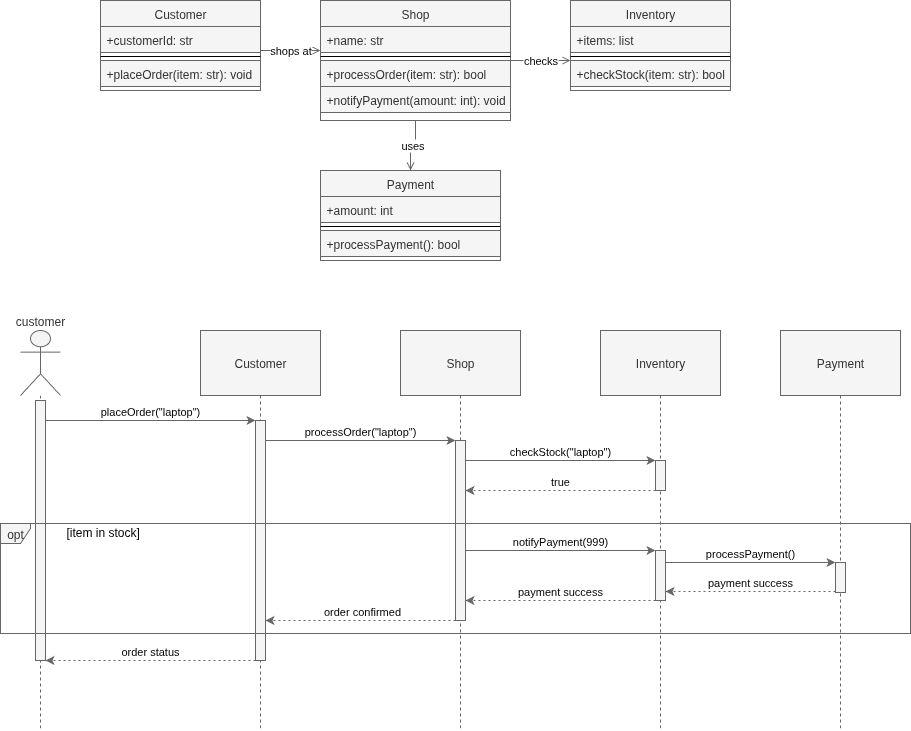
This is diagrams/examples/fragments_examples/opt_01.1.png from kkubinova/drawio_plugin, a draw.io export, as it was before one commit. Source tidied: cells renumbered, new cells last; positions are measured from the earlier drawing's top-left corner, leaving out a move shared by most shapes. The source it was exported from:
```xml
<mxGraphModel>
  <root>
    <mxCell id="0" />
    <mxCell id="1" parent="0" />
    <mxCell id="2" value="CD" parent="0" />
    <mxCell id="3" value="Customer" style="swimlane;fontStyle=0;align=center;verticalAlign=top;horizontal=1;startSize=26;rounded=0;shadow=0;strokeWidth=1;fillColor=#f5f5f5;fontColor=#333333;strokeColor=#666666;" parent="2" vertex="1">
      <mxGeometry x="100" width="160" height="90" as="geometry" />
    </mxCell>
    <mxCell id="4" value="+customerId: str" style="text;align=left;verticalAlign=top;spacingLeft=4;spacingRight=4;overflow=hidden;fillColor=#f5f5f5;fontColor=#333333;strokeColor=#666666;" parent="3" vertex="1">
      <mxGeometry y="26" width="160" height="26" as="geometry" />
    </mxCell>
    <mxCell id="5" style="line;html=1;strokeWidth=1;align=left;verticalAlign=middle;spacingTop=-1;spacingLeft=3;spacingRight=3;labelPosition=right;" parent="3" vertex="1">
      <mxGeometry y="52" width="160" height="8" as="geometry" />
    </mxCell>
    <mxCell id="6" value="+placeOrder(item: str): void" style="text;align=left;verticalAlign=top;spacingLeft=4;spacingRight=4;overflow=hidden;fillColor=#f5f5f5;fontColor=#333333;strokeColor=#666666;" parent="3" vertex="1">
      <mxGeometry y="60" width="160" height="26" as="geometry" />
    </mxCell>
    <mxCell id="7" value="Shop" style="swimlane;fontStyle=0;align=center;verticalAlign=top;horizontal=1;startSize=26;rounded=0;shadow=0;strokeWidth=1;fillColor=#f5f5f5;fontColor=#333333;strokeColor=#666666;" parent="2" vertex="1">
      <mxGeometry x="320" width="190" height="120" as="geometry" />
    </mxCell>
    <mxCell id="8" value="+name: str" style="text;align=left;verticalAlign=top;spacingLeft=4;spacingRight=4;overflow=hidden;fillColor=#f5f5f5;fontColor=#333333;strokeColor=#666666;" parent="7" vertex="1">
      <mxGeometry y="26" width="190" height="26" as="geometry" />
    </mxCell>
    <mxCell id="9" style="line;html=1;strokeWidth=1;align=left;verticalAlign=middle;spacingTop=-1;spacingLeft=3;spacingRight=3;labelPosition=right;" parent="7" vertex="1">
      <mxGeometry y="52" width="190" height="8" as="geometry" />
    </mxCell>
    <mxCell id="10" value="+processOrder(item: str): bool" style="text;align=left;verticalAlign=top;spacingLeft=4;spacingRight=4;overflow=hidden;fillColor=#f5f5f5;fontColor=#333333;strokeColor=#666666;" parent="7" vertex="1">
      <mxGeometry y="60" width="190" height="26" as="geometry" />
    </mxCell>
    <mxCell id="11" value="+notifyPayment(amount: int): void" style="text;align=left;verticalAlign=top;spacingLeft=4;spacingRight=4;overflow=hidden;fillColor=#f5f5f5;fontColor=#333333;strokeColor=#666666;" parent="7" vertex="1">
      <mxGeometry y="86" width="190" height="26" as="geometry" />
    </mxCell>
    <mxCell id="12" value="Inventory" style="swimlane;fontStyle=0;align=center;verticalAlign=top;horizontal=1;startSize=26;rounded=0;shadow=0;strokeWidth=1;fillColor=#f5f5f5;fontColor=#333333;strokeColor=#666666;" parent="2" vertex="1">
      <mxGeometry x="570" width="160" height="90" as="geometry" />
    </mxCell>
    <mxCell id="13" value="+items: list" style="text;align=left;verticalAlign=top;spacingLeft=4;spacingRight=4;overflow=hidden;fillColor=#f5f5f5;fontColor=#333333;strokeColor=#666666;" parent="12" vertex="1">
      <mxGeometry y="26" width="160" height="26" as="geometry" />
    </mxCell>
    <mxCell id="14" style="line;html=1;strokeWidth=1;align=left;verticalAlign=middle;spacingTop=-1;spacingLeft=3;spacingRight=3;labelPosition=right;" parent="12" vertex="1">
      <mxGeometry y="52" width="160" height="8" as="geometry" />
    </mxCell>
    <mxCell id="15" value="+checkStock(item: str): bool" style="text;align=left;verticalAlign=top;spacingLeft=4;spacingRight=4;overflow=hidden;fillColor=#f5f5f5;fontColor=#333333;strokeColor=#666666;" parent="12" vertex="1">
      <mxGeometry y="60" width="160" height="26" as="geometry" />
    </mxCell>
    <mxCell id="16" value="Payment" style="swimlane;fontStyle=0;align=center;verticalAlign=top;horizontal=1;startSize=26;rounded=0;shadow=0;strokeWidth=1;fillColor=#f5f5f5;fontColor=#333333;strokeColor=#666666;" parent="2" vertex="1">
      <mxGeometry x="320" y="170" width="180" height="90" as="geometry" />
    </mxCell>
    <mxCell id="17" value="+amount: int" style="text;align=left;verticalAlign=top;spacingLeft=4;spacingRight=4;overflow=hidden;fillColor=#f5f5f5;fontColor=#333333;strokeColor=#666666;" parent="16" vertex="1">
      <mxGeometry y="26" width="180" height="26" as="geometry" />
    </mxCell>
    <mxCell id="18" style="line;html=1;strokeWidth=1;align=left;verticalAlign=middle;spacingTop=-1;spacingLeft=3;spacingRight=3;labelPosition=right;" parent="16" vertex="1">
      <mxGeometry y="52" width="180" height="8" as="geometry" />
    </mxCell>
    <mxCell id="19" value="+processPayment(): bool" style="text;align=left;verticalAlign=top;spacingLeft=4;spacingRight=4;overflow=hidden;fillColor=#f5f5f5;fontColor=#333333;strokeColor=#666666;" parent="16" vertex="1">
      <mxGeometry y="60" width="180" height="26" as="geometry" />
    </mxCell>
    <mxCell id="20" value="shops at" style="edgeStyle=orthogonalEdgeStyle;rounded=0;jettySize=auto;html=1;endArrow=open;endFill=0;strokeColor=#666666;" parent="2" edge="1" source="3" target="7">
      <mxGeometry relative="1" as="geometry">
        <Array as="points">
          <mxPoint x="310" y="50" />
          <mxPoint x="310" y="50" />
        </Array>
      </mxGeometry>
    </mxCell>
    <mxCell id="21" value="checks" style="edgeStyle=orthogonalEdgeStyle;rounded=0;jettySize=auto;html=1;endArrow=open;endFill=0;strokeColor=#666666;" parent="2" edge="1" source="7" target="12">
      <mxGeometry relative="1" as="geometry">
        <Array as="points">
          <mxPoint x="510" y="50" />
          <mxPoint x="510" y="50" />
        </Array>
      </mxGeometry>
    </mxCell>
    <mxCell id="22" value="uses" style="edgeStyle=orthogonalEdgeStyle;rounded=0;jettySize=auto;html=1;endArrow=open;endFill=0;strokeColor=#666666;" parent="2" edge="1" source="7" target="16">
      <mxGeometry relative="1" as="geometry" />
    </mxCell>
    <mxCell id="23" value="SqD" parent="0" />
    <mxCell id="24" style="group;fillColor=none;" parent="23" vertex="1">
      <mxGeometry x="20" y="330" width="890" height="400" as="geometry" />
    </mxCell>
    <mxCell id="25" value="customer" style="shape=umlLifeline;perimeter=lifelinePerimeter;whiteSpace=wrap;participant=umlActor;verticalAlign=bottom;labelPosition=center;verticalLabelPosition=top;align=center;size=65;fillColor=#f5f5f5;fontColor=#333333;strokeColor=#666666;" parent="24" vertex="1">
      <mxGeometry width="40" height="400" as="geometry" />
    </mxCell>
    <mxCell id="26" style="perimeter=orthogonalPerimeter;targetShapes=umlLifeline;fillColor=#f5f5f5;fontColor=#333333;strokeColor=#666666;" parent="25" vertex="1">
      <mxGeometry x="15" y="70" width="10" height="260" as="geometry" />
    </mxCell>
    <mxCell id="27" value="Customer" style="shape=umlLifeline;perimeter=lifelinePerimeter;whiteSpace=wrap;size=65;fillColor=#f5f5f5;fontColor=#333333;strokeColor=#666666;" parent="24" vertex="1">
      <mxGeometry x="180" width="120" height="400" as="geometry" />
    </mxCell>
    <mxCell id="28" style="points=[];perimeter=orthogonalPerimeter;outlineConnect=0;targetShapes=umlLifeline;portConstraint=eastwest;fillColor=#f5f5f5;fontColor=#333333;strokeColor=#666666;" parent="27" vertex="1">
      <mxGeometry x="55" y="90" width="10" height="240" as="geometry" />
    </mxCell>
    <mxCell id="29" value="Shop" style="shape=umlLifeline;perimeter=lifelinePerimeter;whiteSpace=wrap;size=65;fillColor=#f5f5f5;fontColor=#333333;strokeColor=#666666;" parent="24" vertex="1">
      <mxGeometry x="380" width="120" height="400" as="geometry" />
    </mxCell>
    <mxCell id="30" style="points=[];perimeter=orthogonalPerimeter;outlineConnect=0;targetShapes=umlLifeline;portConstraint=eastwest;fillColor=#f5f5f5;fontColor=#333333;strokeColor=#666666;" parent="29" vertex="1">
      <mxGeometry x="55" y="110" width="10" height="180" as="geometry" />
    </mxCell>
    <mxCell id="31" value="Inventory" style="shape=umlLifeline;perimeter=lifelinePerimeter;whiteSpace=wrap;size=65;fillColor=#f5f5f5;fontColor=#333333;strokeColor=#666666;" parent="24" vertex="1">
      <mxGeometry x="580" width="120" height="400" as="geometry" />
    </mxCell>
    <mxCell id="32" style="perimeter=orthogonalPerimeter;targetShapes=umlLifeline;fillColor=#f5f5f5;fontColor=#333333;strokeColor=#666666;" parent="31" vertex="1">
      <mxGeometry x="55" y="220" width="10" height="50" as="geometry" />
    </mxCell>
    <mxCell id="33" value="placeOrder(&quot;laptop&quot;)" style="verticalAlign=bottom;edgeStyle=elbowEdgeStyle;elbow=vertical;curved=0;rounded=0;endArrow=classic;fillColor=#f5f5f5;strokeColor=#666666;endFill=1;" parent="24" edge="1">
      <mxGeometry relative="1" as="geometry">
        <mxPoint x="25" y="90" as="sourcePoint" />
        <mxPoint x="235" y="90" as="targetPoint" />
      </mxGeometry>
    </mxCell>
    <mxCell id="34" value="processOrder(&quot;laptop&quot;)" style="verticalAlign=bottom;edgeStyle=elbowEdgeStyle;elbow=vertical;curved=0;rounded=0;endArrow=classic;fillColor=#f5f5f5;strokeColor=#666666;endFill=1;" parent="24" edge="1">
      <mxGeometry relative="1" as="geometry">
        <mxPoint x="245" y="110" as="sourcePoint" />
        <mxPoint x="435" y="110" as="targetPoint" />
      </mxGeometry>
    </mxCell>
    <mxCell id="35" value="checkStock(&quot;laptop&quot;)" style="verticalAlign=bottom;edgeStyle=elbowEdgeStyle;elbow=vertical;curved=0;rounded=0;endArrow=classic;fillColor=#f5f5f5;strokeColor=#666666;endFill=1;" parent="24" edge="1">
      <mxGeometry relative="1" as="geometry">
        <mxPoint x="445" y="130" as="sourcePoint" />
        <mxPoint x="635" y="130.2" as="targetPoint" />
      </mxGeometry>
    </mxCell>
    <mxCell id="36" value="true" style="verticalAlign=bottom;edgeStyle=elbowEdgeStyle;elbow=vertical;curved=0;rounded=0;dashed=1;dashPattern=2 3;endArrow=classic;fillColor=#f5f5f5;strokeColor=#666666;endFill=1;" parent="24" edge="1" source="44" target="30">
      <mxGeometry relative="1" as="geometry">
        <Array as="points">
          <mxPoint x="600" y="160" />
        </Array>
      </mxGeometry>
    </mxCell>
    <mxCell id="37" value="opt" style="shape=umlFrame;strokeColor=#666666;height=20;width=30;fillColor=#f5f5f5;fontColor=#333333;" parent="24" vertex="1">
      <mxGeometry x="-20" y="193" width="910" height="110" as="geometry" />
    </mxCell>
    <mxCell id="38" value="[item in stock]" style="text;strokeColor=none;fillColor=none;align=left;verticalAlign=middle;whiteSpace=wrap;" parent="37" vertex="1">
      <mxGeometry x="64.1" width="845.9" height="18.3" as="geometry" />
    </mxCell>
    <mxCell id="39" value="notifyPayment(999)" style="verticalAlign=bottom;edgeStyle=elbowEdgeStyle;elbow=vertical;curved=0;rounded=0;endArrow=classic;fillColor=#f5f5f5;strokeColor=#666666;endFill=1;" parent="24" edge="1" source="30">
      <mxGeometry relative="1" as="geometry">
        <mxPoint x="635" y="220" as="targetPoint" />
      </mxGeometry>
    </mxCell>
    <mxCell id="40" value="processPayment()" style="verticalAlign=bottom;edgeStyle=elbowEdgeStyle;elbow=vertical;curved=0;rounded=0;endArrow=classic;fillColor=#f5f5f5;strokeColor=#666666;endFill=1;" parent="24" edge="1" target="46">
      <mxGeometry relative="1" as="geometry">
        <mxPoint x="645" y="232" as="sourcePoint" />
      </mxGeometry>
    </mxCell>
    <mxCell id="41" value="payment success" style="verticalAlign=bottom;edgeStyle=elbowEdgeStyle;elbow=vertical;curved=0;rounded=0;dashed=1;dashPattern=2 3;endArrow=classic;fillColor=#f5f5f5;strokeColor=#666666;endFill=1;" parent="24" edge="1" target="30">
      <mxGeometry relative="1" as="geometry">
        <mxPoint x="635" y="270" as="sourcePoint" />
      </mxGeometry>
    </mxCell>
    <mxCell id="42" value="order confirmed" style="verticalAlign=bottom;edgeStyle=elbowEdgeStyle;elbow=vertical;curved=0;rounded=0;dashed=1;dashPattern=2 3;endArrow=classic;fillColor=#f5f5f5;strokeColor=#666666;endFill=1;" parent="24" edge="1" target="28">
      <mxGeometry relative="1" as="geometry">
        <mxPoint x="440" y="290" as="sourcePoint" />
      </mxGeometry>
    </mxCell>
    <mxCell id="43" value="order status" style="verticalAlign=bottom;edgeStyle=elbowEdgeStyle;elbow=vertical;curved=0;rounded=0;dashed=1;dashPattern=2 3;endArrow=classic;fillColor=#f5f5f5;strokeColor=#666666;endFill=1;" parent="24" edge="1">
      <mxGeometry relative="1" as="geometry">
        <mxPoint x="235" y="330" as="sourcePoint" />
        <mxPoint x="25" y="330" as="targetPoint" />
      </mxGeometry>
    </mxCell>
    <mxCell id="44" style="points=[];perimeter=orthogonalPerimeter;outlineConnect=0;targetShapes=umlLifeline;portConstraint=eastwest;fillColor=#f5f5f5;fontColor=#333333;strokeColor=#666666;" parent="24" vertex="1">
      <mxGeometry x="635" y="130" width="10" height="30" as="geometry" />
    </mxCell>
    <mxCell id="45" value="Payment" style="shape=umlLifeline;perimeter=lifelinePerimeter;whiteSpace=wrap;size=65;fillColor=#f5f5f5;fontColor=#333333;strokeColor=#666666;" parent="23" vertex="1">
      <mxGeometry x="780" y="330" width="120" height="400" as="geometry" />
    </mxCell>
    <mxCell id="46" style="points=[];perimeter=orthogonalPerimeter;outlineConnect=0;targetShapes=umlLifeline;portConstraint=eastwest;fillColor=#f5f5f5;fontColor=#333333;strokeColor=#666666;" parent="45" vertex="1">
      <mxGeometry x="55" y="232" width="10" height="30" as="geometry" />
    </mxCell>
    <mxCell id="47" value="payment success" style="verticalAlign=bottom;edgeStyle=elbowEdgeStyle;elbow=vertical;curved=0;rounded=0;dashed=1;dashPattern=2 3;endArrow=classic;fillColor=#f5f5f5;strokeColor=#666666;endFill=1;" parent="23" edge="1">
      <mxGeometry relative="1" as="geometry">
        <mxPoint x="835" y="591" as="sourcePoint" />
        <mxPoint x="665" y="591" as="targetPoint" />
      </mxGeometry>
    </mxCell>
  </root>
</mxGraphModel>
```
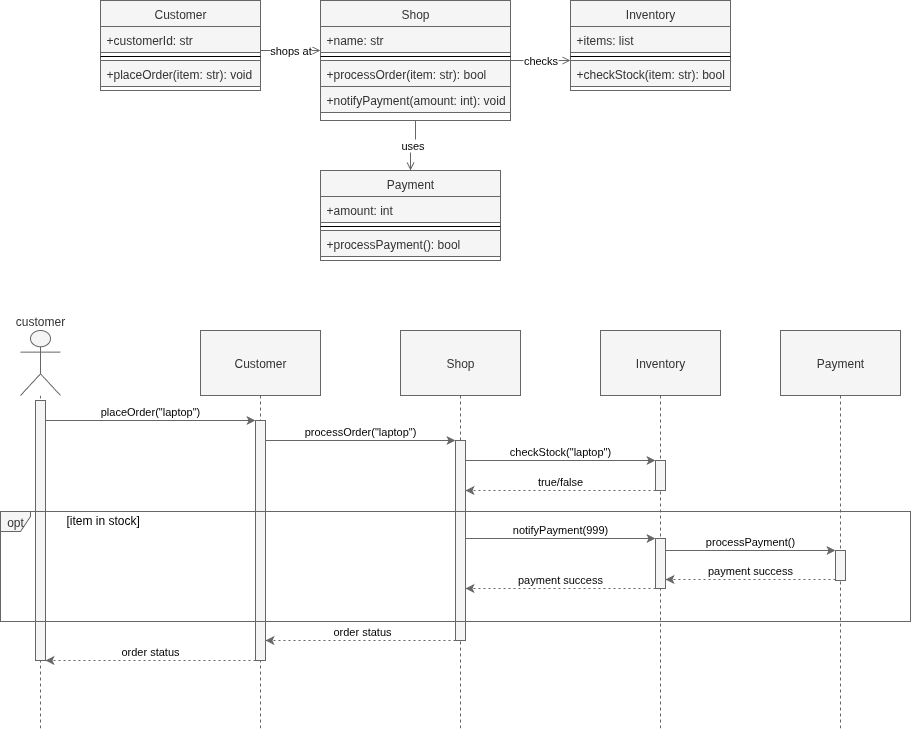
After the change.

Change to the diagram source:
```diff
@@ -93,13 +93,13 @@
       <mxGeometry x="380" width="120" height="400" as="geometry" />
     </mxCell>
     <mxCell id="30" style="points=[];perimeter=orthogonalPerimeter;outlineConnect=0;targetShapes=umlLifeline;portConstraint=eastwest;fillColor=#f5f5f5;fontColor=#333333;strokeColor=#666666;" parent="29" vertex="1">
-      <mxGeometry x="55" y="110" width="10" height="180" as="geometry" />
+      <mxGeometry x="55" y="110" width="10" height="200" as="geometry" />
     </mxCell>
     <mxCell id="31" value="Inventory" style="shape=umlLifeline;perimeter=lifelinePerimeter;whiteSpace=wrap;size=65;fillColor=#f5f5f5;fontColor=#333333;strokeColor=#666666;" parent="24" vertex="1">
       <mxGeometry x="580" width="120" height="400" as="geometry" />
     </mxCell>
     <mxCell id="32" style="perimeter=orthogonalPerimeter;targetShapes=umlLifeline;fillColor=#f5f5f5;fontColor=#333333;strokeColor=#666666;" parent="31" vertex="1">
-      <mxGeometry x="55" y="220" width="10" height="50" as="geometry" />
+      <mxGeometry x="55" y="208" width="10" height="50" as="geometry" />
     </mxCell>
     <mxCell id="33" value="placeOrder(&quot;laptop&quot;)" style="verticalAlign=bottom;edgeStyle=elbowEdgeStyle;elbow=vertical;curved=0;rounded=0;endArrow=classic;fillColor=#f5f5f5;strokeColor=#666666;endFill=1;" parent="24" edge="1">
       <mxGeometry relative="1" as="geometry">
@@ -119,7 +119,7 @@
         <mxPoint x="635" y="130.2" as="targetPoint" />
       </mxGeometry>
     </mxCell>
-    <mxCell id="36" value="true" style="verticalAlign=bottom;edgeStyle=elbowEdgeStyle;elbow=vertical;curved=0;rounded=0;dashed=1;dashPattern=2 3;endArrow=classic;fillColor=#f5f5f5;strokeColor=#666666;endFill=1;" parent="24" edge="1" source="44" target="30">
+    <mxCell id="36" value="true/false" style="verticalAlign=bottom;edgeStyle=elbowEdgeStyle;elbow=vertical;curved=0;rounded=0;dashed=1;dashPattern=2 3;endArrow=classic;fillColor=#f5f5f5;strokeColor=#666666;endFill=1;" parent="24" edge="1" source="44" target="30">
       <mxGeometry relative="1" as="geometry">
         <Array as="points">
           <mxPoint x="600" y="160" />
@@ -127,29 +127,32 @@
       </mxGeometry>
     </mxCell>
     <mxCell id="37" value="opt" style="shape=umlFrame;strokeColor=#666666;height=20;width=30;fillColor=#f5f5f5;fontColor=#333333;" parent="24" vertex="1">
-      <mxGeometry x="-20" y="193" width="910" height="110" as="geometry" />
+      <mxGeometry x="-20" y="181" width="910" height="110" as="geometry" />
     </mxCell>
     <mxCell id="38" value="[item in stock]" style="text;strokeColor=none;fillColor=none;align=left;verticalAlign=middle;whiteSpace=wrap;" parent="37" vertex="1">
       <mxGeometry x="64.1" width="845.9" height="18.3" as="geometry" />
     </mxCell>
-    <mxCell id="39" value="notifyPayment(999)" style="verticalAlign=bottom;edgeStyle=elbowEdgeStyle;elbow=vertical;curved=0;rounded=0;endArrow=classic;fillColor=#f5f5f5;strokeColor=#666666;endFill=1;" parent="24" edge="1" source="30">
+    <mxCell id="39" value="notifyPayment(999)" style="verticalAlign=bottom;edgeStyle=elbowEdgeStyle;elbow=vertical;curved=0;rounded=0;endArrow=classic;fillColor=#f5f5f5;strokeColor=#666666;endFill=1;" parent="24" edge="1">
       <mxGeometry relative="1" as="geometry">
-        <mxPoint x="635" y="220" as="targetPoint" />
+        <mxPoint x="445" y="208" as="sourcePoint" />
+        <mxPoint x="635" y="208" as="targetPoint" />
       </mxGeometry>
     </mxCell>
     <mxCell id="40" value="processPayment()" style="verticalAlign=bottom;edgeStyle=elbowEdgeStyle;elbow=vertical;curved=0;rounded=0;endArrow=classic;fillColor=#f5f5f5;strokeColor=#666666;endFill=1;" parent="24" edge="1" target="46">
       <mxGeometry relative="1" as="geometry">
-        <mxPoint x="645" y="232" as="sourcePoint" />
+        <mxPoint x="645" y="220" as="sourcePoint" />
       </mxGeometry>
     </mxCell>
-    <mxCell id="41" value="payment success" style="verticalAlign=bottom;edgeStyle=elbowEdgeStyle;elbow=vertical;curved=0;rounded=0;dashed=1;dashPattern=2 3;endArrow=classic;fillColor=#f5f5f5;strokeColor=#666666;endFill=1;" parent="24" edge="1" target="30">
+    <mxCell id="41" value="payment success" style="verticalAlign=bottom;edgeStyle=elbowEdgeStyle;elbow=vertical;curved=0;rounded=0;dashed=1;dashPattern=2 3;endArrow=classic;fillColor=#f5f5f5;strokeColor=#666666;endFill=1;" parent="24" edge="1">
       <mxGeometry relative="1" as="geometry">
-        <mxPoint x="635" y="270" as="sourcePoint" />
+        <mxPoint x="635" y="258" as="sourcePoint" />
+        <mxPoint x="445" y="258" as="targetPoint" />
       </mxGeometry>
     </mxCell>
-    <mxCell id="42" value="order confirmed" style="verticalAlign=bottom;edgeStyle=elbowEdgeStyle;elbow=vertical;curved=0;rounded=0;dashed=1;dashPattern=2 3;endArrow=classic;fillColor=#f5f5f5;strokeColor=#666666;endFill=1;" parent="24" edge="1" target="28">
+    <mxCell id="42" value="order status" style="verticalAlign=bottom;edgeStyle=elbowEdgeStyle;elbow=horizontal;curved=0;rounded=0;dashed=1;dashPattern=2 3;endArrow=classic;fillColor=#f5f5f5;strokeColor=#666666;endFill=1;" parent="24" edge="1">
       <mxGeometry relative="1" as="geometry">
-        <mxPoint x="440" y="290" as="sourcePoint" />
+        <mxPoint x="440" y="310" as="sourcePoint" />
+        <mxPoint x="245" y="310" as="targetPoint" />
       </mxGeometry>
     </mxCell>
     <mxCell id="43" value="order status" style="verticalAlign=bottom;edgeStyle=elbowEdgeStyle;elbow=vertical;curved=0;rounded=0;dashed=1;dashPattern=2 3;endArrow=classic;fillColor=#f5f5f5;strokeColor=#666666;endFill=1;" parent="24" edge="1">
@@ -165,12 +168,12 @@
       <mxGeometry x="780" y="330" width="120" height="400" as="geometry" />
     </mxCell>
     <mxCell id="46" style="points=[];perimeter=orthogonalPerimeter;outlineConnect=0;targetShapes=umlLifeline;portConstraint=eastwest;fillColor=#f5f5f5;fontColor=#333333;strokeColor=#666666;" parent="45" vertex="1">
-      <mxGeometry x="55" y="232" width="10" height="30" as="geometry" />
+      <mxGeometry x="55" y="220" width="10" height="30" as="geometry" />
     </mxCell>
     <mxCell id="47" value="payment success" style="verticalAlign=bottom;edgeStyle=elbowEdgeStyle;elbow=vertical;curved=0;rounded=0;dashed=1;dashPattern=2 3;endArrow=classic;fillColor=#f5f5f5;strokeColor=#666666;endFill=1;" parent="23" edge="1">
       <mxGeometry relative="1" as="geometry">
-        <mxPoint x="835" y="591" as="sourcePoint" />
-        <mxPoint x="665" y="591" as="targetPoint" />
+        <mxPoint x="835" y="579" as="sourcePoint" />
+        <mxPoint x="665" y="579" as="targetPoint" />
       </mxGeometry>
     </mxCell>
   </root>
```
